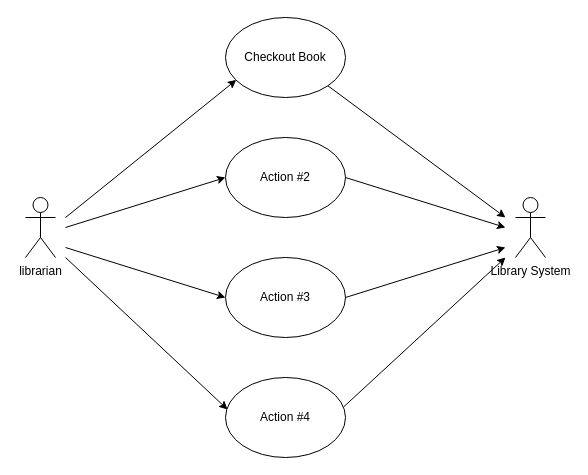
Earlier version of the draw.io diagram librarian Use Case.drawio (megaunknown/UML). Source tidied: cells renumbered, new cells numbered last; positions are measured from the earlier drawing's top-left corner, leaving out a move shared by most shapes. Both pictures are drawn from the tidied source at 100%, with x=0, y=0 at pixel (25, 17).
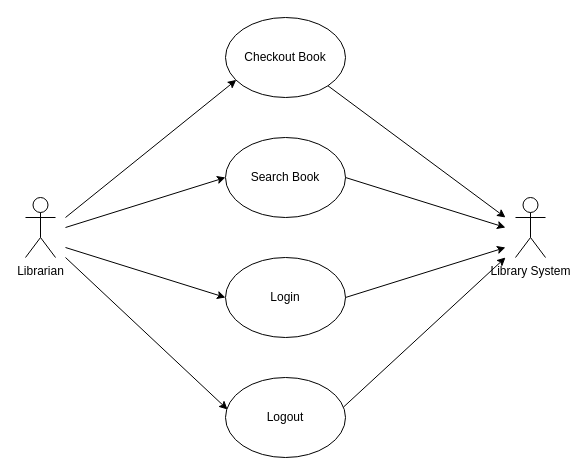
The same diagram, later.

Change to the diagram source:
```diff
@@
-    <mxCell id="2" value="librarian" style="shape=umlActor;verticalLabelPosition=bottom;labelBackgroundColor=#ffffff;verticalAlign=top;html=1;" parent="1" vertex="1">
+    <mxCell id="2" value="Librarian" style="shape=umlActor;verticalLabelPosition=bottom;labelBackgroundColor=#ffffff;verticalAlign=top;html=1;" parent="1" vertex="1">
       <mxGeometry y="180" width="30" height="60" as="geometry" />
     </mxCell>
@@
-    <mxCell id="4" value="Action #2" style="ellipse;whiteSpace=wrap;html=1;" parent="1" vertex="1">
+    <mxCell id="4" value="Search Book" style="ellipse;whiteSpace=wrap;html=1;" parent="1" vertex="1">
       <mxGeometry x="200" y="120" width="120" height="80" as="geometry" />
     </mxCell>
-    <mxCell id="5" value="Action #3" style="ellipse;whiteSpace=wrap;html=1;" parent="1" vertex="1">
+    <mxCell id="5" value="Login" style="ellipse;whiteSpace=wrap;html=1;" parent="1" vertex="1">
       <mxGeometry x="200" y="240" width="120" height="80" as="geometry" />
     </mxCell>
-    <mxCell id="6" value="Action #4" style="ellipse;whiteSpace=wrap;html=1;" parent="1" vertex="1">
+    <mxCell id="6" value="Logout" style="ellipse;whiteSpace=wrap;html=1;" parent="1" vertex="1">
       <mxGeometry x="200" y="360" width="120" height="80" as="geometry" />
     </mxCell>
```
